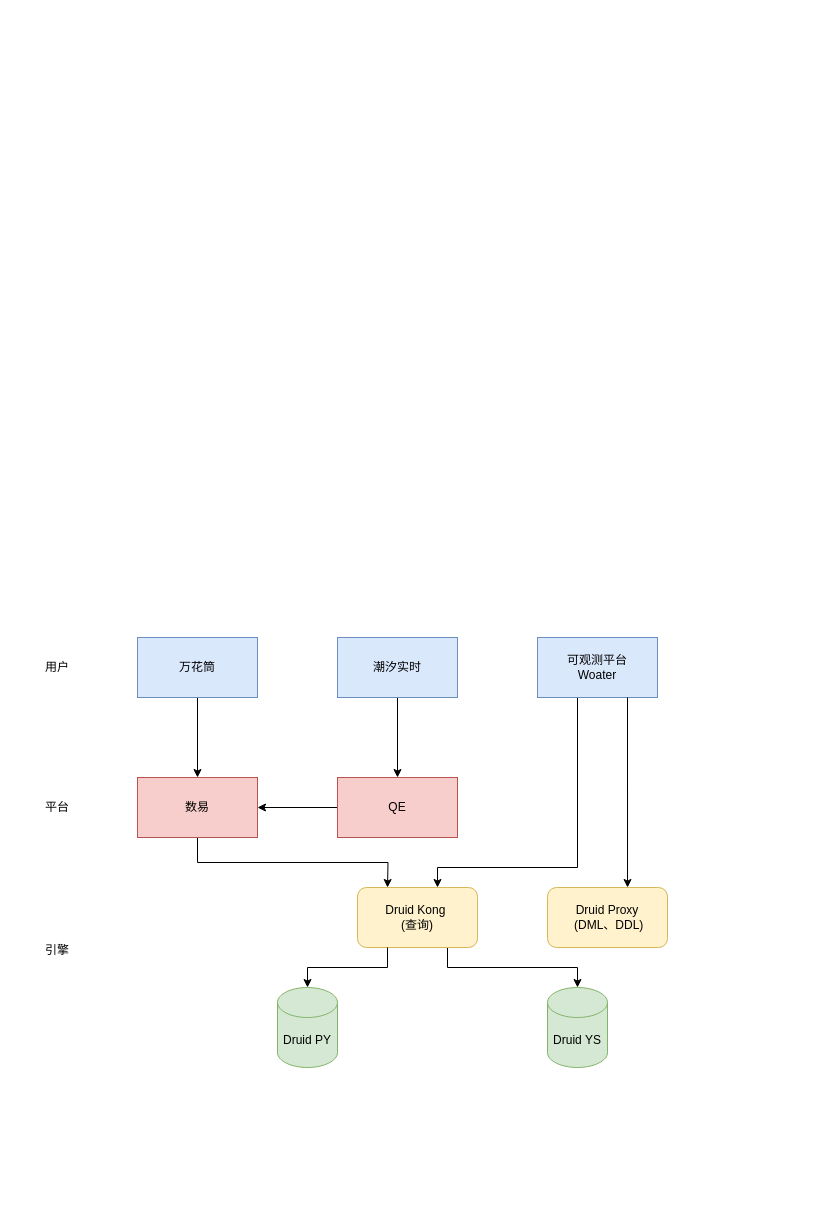
The draw.io diagram Druid 迁移 SR.drawio in labud/pictures, before the edit. Source tidied: cells renumbered, new cells numbered last; positions are measured from the earlier drawing's top-left corner, leaving out a move shared by most shapes. Both pictures are drawn from the tidied source at 100%, with x=0, y=0 at pixel (17, 637).
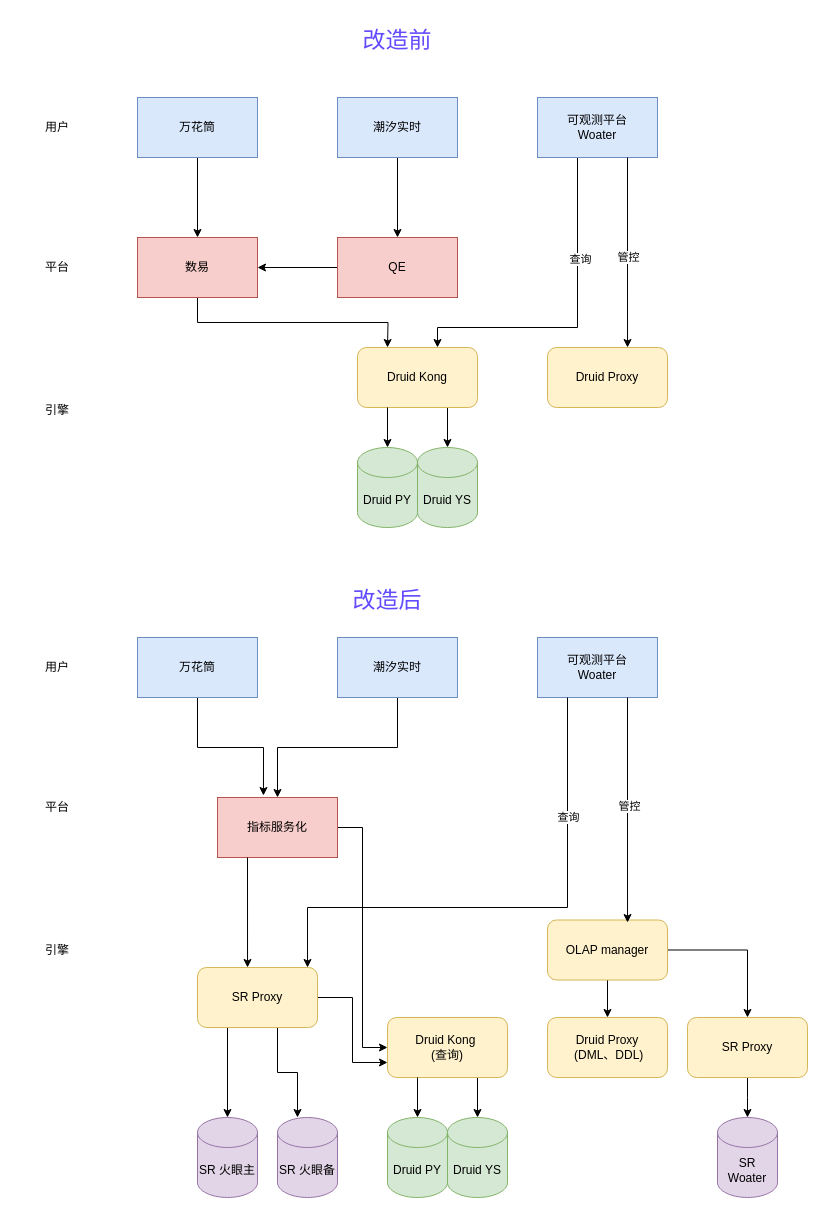
The same page after the edit.

The change refers to these unchanged cells:
```xml
<mxCell id="3" value="万花筒" style="whiteSpace=wrap;html=1;fillColor=#dae8fc;strokeColor=#6c8ebf;" parent="1" vertex="1">
  <mxGeometry x="120" width="120" height="60" as="geometry" />
</mxCell>
<mxCell id="7" value="可观测平台&lt;div&gt;Woater&lt;/div&gt;" style="whiteSpace=wrap;html=1;fillColor=#dae8fc;strokeColor=#6c8ebf;" parent="1" vertex="1">
  <mxGeometry x="520" width="120" height="60" as="geometry" />
</mxCell>
```

What changed in the source:
```diff
@@
-    <mxCell id="2" style="edgeStyle=orthogonalEdgeStyle;rounded=0;jettySize=auto;html=1;" parent="1" edge="1" source="3" target="10">
+    <mxCell id="2" style="edgeStyle=orthogonalEdgeStyle;rounded=0;jettySize=auto;html=1;entryX=0.383;entryY=-0.033;entryDx=0;entryDy=0;entryPerimeter=0;" parent="1" edge="1" source="3" target="12">
       <mxGeometry relative="1" as="geometry" />
     </mxCell>
@@
-    <mxCell id="6" style="edgeStyle=orthogonalEdgeStyle;rounded=0;orthogonalLoop=1;jettySize=auto;html=1;exitX=0.5;exitY=1;exitDx=0;exitDy=0;" parent="1" edge="1">
-      <mxGeometry relative="1" as="geometry">
-        <mxPoint x="560" y="60" as="sourcePoint" />
-        <mxPoint x="420" y="250" as="targetPoint" />
-        <Array as="points">
-          <mxPoint x="560" y="230" />
-          <mxPoint x="420" y="230" />
-        </Array>
-      </mxGeometry>
-    </mxCell>
@@
-    <mxCell id="9" style="edgeStyle=orthogonalEdgeStyle;rounded=0;jettySize=auto;html=1;exitX=0.5;exitY=1;exitDx=0;exitDy=0;" parent="1" edge="1" source="10">
-      <mxGeometry relative="1" as="geometry">
-        <mxPoint x="370" y="250" as="targetPoint" />
-      </mxGeometry>
-    </mxCell>
-    <mxCell id="10" value="数易" style="whiteSpace=wrap;html=1;fillColor=#f8cecc;strokeColor=#b85450;" parent="1" vertex="1">
-      <mxGeometry x="120" y="140" width="120" height="60" as="geometry" />
-    </mxCell>
-    <mxCell id="11" style="edgeStyle=orthogonalEdgeStyle;rounded=0;jettySize=auto;html=1;exitX=0;exitY=0.5;exitDx=0;exitDy=0;" parent="1" edge="1" source="12" target="10">
-      <mxGeometry relative="1" as="geometry" />
-    </mxCell>
+    <mxCell id="22" style="edgeStyle=orthogonalEdgeStyle;rounded=0;jettySize=auto;html=1;exitX=1;exitY=0.5;exitDx=0;exitDy=0;entryX=0;entryY=0.5;entryDx=0;entryDy=0;" parent="1" edge="1" source="12" target="18">
+      <mxGeometry relative="1" as="geometry" />
+    </mxCell>
-    <mxCell id="12" value="QE" style="whiteSpace=wrap;html=1;fillColor=#f8cecc;strokeColor=#b85450;" parent="1" vertex="1">
-      <mxGeometry x="320" y="140" width="120" height="60" as="geometry" />
+    <mxCell id="12" value="指标服务化" style="whiteSpace=wrap;html=1;fillColor=#f8cecc;strokeColor=#b85450;" parent="1" vertex="1">
+      <mxGeometry x="200" y="160" width="120" height="60" as="geometry" />
     </mxCell>
@@
     <mxCell id="15" value="Druid PY" style="shape=cylinder3;whiteSpace=wrap;html=1;boundedLbl=1;backgroundOutline=1;size=15;fillColor=#d5e8d4;strokeColor=#82b366;" parent="1" vertex="1">
-      <mxGeometry x="260" y="350" width="60" height="80" as="geometry" />
+      <mxGeometry x="370" y="480" width="60" height="80" as="geometry" />
     </mxCell>
     <mxCell id="16" value="Druid YS" style="shape=cylinder3;whiteSpace=wrap;html=1;boundedLbl=1;backgroundOutline=1;size=15;fillColor=#d5e8d4;strokeColor=#82b366;" parent="1" vertex="1">
-      <mxGeometry x="530" y="350" width="60" height="80" as="geometry" />
+      <mxGeometry x="430" y="480" width="60" height="80" as="geometry" />
     </mxCell>
@@
     <mxCell id="18" value="Druid Kong&amp;nbsp;&lt;div&gt;(查询)&lt;/div&gt;" style="rounded=1;whiteSpace=wrap;html=1;fillColor=#fff2cc;strokeColor=#d6b656;" parent="1" vertex="1">
-      <mxGeometry x="340" y="250" width="120" height="60" as="geometry" />
+      <mxGeometry x="370" y="380" width="120" height="60" as="geometry" />
     </mxCell>
     <mxCell id="19" value="Druid Proxy&lt;div&gt;&amp;nbsp;(DML、DDL)&lt;/div&gt;" style="rounded=1;whiteSpace=wrap;html=1;fillColor=#fff2cc;strokeColor=#d6b656;" parent="1" vertex="1">
-      <mxGeometry x="530" y="250" width="120" height="60" as="geometry" />
+      <mxGeometry x="530" y="380" width="120" height="60" as="geometry" />
     </mxCell>
-    <mxCell id="20" style="edgeStyle=orthogonalEdgeStyle;rounded=0;jettySize=auto;html=1;exitX=0.75;exitY=1;exitDx=0;exitDy=0;entryX=0.667;entryY=0;entryDx=0;entryDy=0;entryPerimeter=0;" parent="1" edge="1" source="7" target="19">
-      <mxGeometry relative="1" as="geometry" />
-    </mxCell>
@@
+    <mxCell id="23" style="edgeStyle=orthogonalEdgeStyle;rounded=0;jettySize=auto;html=1;" parent="1" edge="1" source="24" target="10">
+      <mxGeometry relative="1" as="geometry" />
+    </mxCell>
+    <mxCell id="24" value="万花筒" style="whiteSpace=wrap;html=1;fillColor=#dae8fc;strokeColor=#6c8ebf;" parent="1" vertex="1">
+      <mxGeometry x="120" y="-540" width="120" height="60" as="geometry" />
+    </mxCell>
+    <mxCell id="25" style="edgeStyle=orthogonalEdgeStyle;rounded=0;jettySize=auto;html=1;exitX=0.5;exitY=1;exitDx=0;exitDy=0;" parent="1" edge="1" source="26" target="33">
+      <mxGeometry relative="1" as="geometry" />
+    </mxCell>
+    <mxCell id="26" value="潮汐实时" style="whiteSpace=wrap;html=1;fillColor=#dae8fc;strokeColor=#6c8ebf;" parent="1" vertex="1">
+      <mxGeometry x="320" y="-540" width="120" height="60" as="geometry" />
+    </mxCell>
+    <mxCell id="27" style="edgeStyle=orthogonalEdgeStyle;rounded=0;orthogonalLoop=1;jettySize=auto;html=1;exitX=0.5;exitY=1;exitDx=0;exitDy=0;" parent="1" edge="1">
+      <mxGeometry relative="1" as="geometry">
+        <mxPoint x="560" y="-480" as="sourcePoint" />
+        <mxPoint x="420" y="-290" as="targetPoint" />
+        <Array as="points">
+          <mxPoint x="560" y="-310" />
+          <mxPoint x="420" y="-310" />
+        </Array>
+      </mxGeometry>
+    </mxCell>
+    <mxCell id="28" value="查询" style="edgeLabel;html=1;align=center;verticalAlign=middle;" parent="27" vertex="1">
+      <mxGeometry x="-0.39" y="2" relative="1" as="geometry" />
+    </mxCell>
+    <mxCell id="29" value="可观测平台&lt;div&gt;Woater&lt;/div&gt;" style="whiteSpace=wrap;html=1;fillColor=#dae8fc;strokeColor=#6c8ebf;" parent="1" vertex="1">
+      <mxGeometry x="520" y="-540" width="120" height="60" as="geometry" />
+    </mxCell>
+    <mxCell id="30" value="用户" style="text;strokeColor=none;align=center;fillColor=none;html=1;verticalAlign=middle;whiteSpace=wrap;rounded=0;" parent="1" vertex="1">
+      <mxGeometry y="-532.5" width="80" height="45" as="geometry" />
+    </mxCell>
+    <mxCell id="31" style="edgeStyle=orthogonalEdgeStyle;rounded=0;jettySize=auto;html=1;exitX=0.5;exitY=1;exitDx=0;exitDy=0;" parent="1" edge="1" source="10">
+      <mxGeometry relative="1" as="geometry">
+        <mxPoint x="370" y="-290" as="targetPoint" />
+      </mxGeometry>
+    </mxCell>
+    <mxCell id="10" value="数易" style="whiteSpace=wrap;html=1;fillColor=#f8cecc;strokeColor=#b85450;" parent="1" vertex="1">
+      <mxGeometry x="120" y="-400" width="120" height="60" as="geometry" />
+    </mxCell>
+    <mxCell id="32" style="edgeStyle=orthogonalEdgeStyle;rounded=0;jettySize=auto;html=1;exitX=0;exitY=0.5;exitDx=0;exitDy=0;" parent="1" edge="1" source="33" target="10">
+      <mxGeometry relative="1" as="geometry" />
+    </mxCell>
+    <mxCell id="33" value="QE" style="whiteSpace=wrap;html=1;fillColor=#f8cecc;strokeColor=#b85450;" parent="1" vertex="1">
+      <mxGeometry x="320" y="-400" width="120" height="60" as="geometry" />
+    </mxCell>
+    <mxCell id="34" value="平台" style="text;strokeColor=none;align=center;fillColor=none;html=1;verticalAlign=middle;whiteSpace=wrap;rounded=0;" parent="1" vertex="1">
+      <mxGeometry y="-392.5" width="80" height="45" as="geometry" />
+    </mxCell>
+    <mxCell id="35" value="引擎" style="text;strokeColor=none;align=center;fillColor=none;html=1;verticalAlign=middle;whiteSpace=wrap;rounded=0;" parent="1" vertex="1">
+      <mxGeometry y="-250" width="80" height="45" as="geometry" />
+    </mxCell>
+    <mxCell id="36" value="Druid PY" style="shape=cylinder3;whiteSpace=wrap;html=1;boundedLbl=1;backgroundOutline=1;size=15;fillColor=#d5e8d4;strokeColor=#82b366;" parent="1" vertex="1">
+      <mxGeometry x="340" y="-190" width="60" height="80" as="geometry" />
+    </mxCell>
+    <mxCell id="37" value="Druid YS" style="shape=cylinder3;whiteSpace=wrap;html=1;boundedLbl=1;backgroundOutline=1;size=15;fillColor=#d5e8d4;strokeColor=#82b366;" parent="1" vertex="1">
+      <mxGeometry x="400" y="-190" width="60" height="80" as="geometry" />
+    </mxCell>
+    <mxCell id="38" style="edgeStyle=orthogonalEdgeStyle;rounded=0;jettySize=auto;html=1;exitX=0.75;exitY=1;exitDx=0;exitDy=0;" parent="1" edge="1" source="39" target="37">
+      <mxGeometry relative="1" as="geometry" />
+    </mxCell>
+    <mxCell id="39" value="Druid Kong" style="rounded=1;whiteSpace=wrap;html=1;fillColor=#fff2cc;strokeColor=#d6b656;" parent="1" vertex="1">
+      <mxGeometry x="340" y="-290" width="120" height="60" as="geometry" />
+    </mxCell>
+    <mxCell id="40" value="Druid Proxy" style="rounded=1;whiteSpace=wrap;html=1;fillColor=#fff2cc;strokeColor=#d6b656;" parent="1" vertex="1">
+      <mxGeometry x="530" y="-290" width="120" height="60" as="geometry" />
+    </mxCell>
+    <mxCell id="41" style="edgeStyle=orthogonalEdgeStyle;rounded=0;jettySize=auto;html=1;exitX=0.75;exitY=1;exitDx=0;exitDy=0;entryX=0.667;entryY=0;entryDx=0;entryDy=0;entryPerimeter=0;" parent="1" edge="1" source="29" target="40">
+      <mxGeometry relative="1" as="geometry" />
+    </mxCell>
+    <mxCell id="42" value="管控" style="edgeLabel;html=1;align=center;verticalAlign=middle;" parent="41" vertex="1">
+      <mxGeometry x="0.05" relative="1" as="geometry" />
+    </mxCell>
+    <mxCell id="43" style="edgeStyle=orthogonalEdgeStyle;rounded=0;jettySize=auto;html=1;exitX=0.25;exitY=1;exitDx=0;exitDy=0;entryX=0.5;entryY=0;entryDx=0;entryDy=0;entryPerimeter=0;" parent="1" edge="1" source="39" target="36">
+      <mxGeometry relative="1" as="geometry" />
+    </mxCell>
+    <mxCell id="44" value="&lt;font color=&quot;#624aff&quot; style=&quot;font-size: 23px;&quot;&gt;改造前&lt;/font&gt;" style="text;strokeColor=none;align=center;fillColor=none;html=1;verticalAlign=middle;whiteSpace=wrap;rounded=0;" parent="1" vertex="1">
+      <mxGeometry x="340" y="-620" width="80" height="45" as="geometry" />
+    </mxCell>
+    <mxCell id="45" value="&lt;font color=&quot;#624aff&quot; style=&quot;font-size: 23px;&quot;&gt;改造后&lt;/font&gt;" style="text;strokeColor=none;align=center;fillColor=none;html=1;verticalAlign=middle;whiteSpace=wrap;rounded=0;" parent="1" vertex="1">
+      <mxGeometry x="330" y="-60" width="80" height="45" as="geometry" />
+    </mxCell>
+    <mxCell id="46" value="SR&amp;nbsp;火眼主" style="shape=cylinder3;whiteSpace=wrap;html=1;boundedLbl=1;backgroundOutline=1;size=15;fillColor=#e1d5e7;strokeColor=#9673a6;" parent="1" vertex="1">
+      <mxGeometry x="180" y="480" width="60" height="80" as="geometry" />
+    </mxCell>
+    <mxCell id="47" value="SR&amp;nbsp;火眼备" style="shape=cylinder3;whiteSpace=wrap;html=1;boundedLbl=1;backgroundOutline=1;size=15;fillColor=#e1d5e7;strokeColor=#9673a6;" parent="1" vertex="1">
+      <mxGeometry x="260" y="480" width="60" height="80" as="geometry" />
+    </mxCell>
+    <mxCell id="48" style="edgeStyle=orthogonalEdgeStyle;rounded=0;jettySize=auto;html=1;" parent="1" edge="1" source="51" target="47">
+      <mxGeometry relative="1" as="geometry">
+        <Array as="points">
+          <mxPoint x="260" y="435" />
+          <mxPoint x="280" y="435" />
+        </Array>
+      </mxGeometry>
+    </mxCell>
+    <mxCell id="49" style="edgeStyle=orthogonalEdgeStyle;rounded=0;jettySize=auto;html=1;exitX=0.25;exitY=1;exitDx=0;exitDy=0;" parent="1" edge="1" source="51" target="46">
+      <mxGeometry relative="1" as="geometry" />
+    </mxCell>
+    <mxCell id="50" style="edgeStyle=orthogonalEdgeStyle;rounded=0;jettySize=auto;html=1;exitX=1;exitY=0.5;exitDx=0;exitDy=0;entryX=0;entryY=0.75;entryDx=0;entryDy=0;" parent="1" edge="1" source="51" target="18">
+      <mxGeometry relative="1" as="geometry" />
+    </mxCell>
+    <mxCell id="51" value="SR Proxy" style="rounded=1;whiteSpace=wrap;html=1;fillColor=#fff2cc;strokeColor=#d6b656;" parent="1" vertex="1">
+      <mxGeometry x="180" y="330" width="120" height="60" as="geometry" />
+    </mxCell>
+    <mxCell id="52" style="edgeStyle=orthogonalEdgeStyle;rounded=0;jettySize=auto;html=1;exitX=0.5;exitY=1;exitDx=0;exitDy=0;" parent="1" edge="1" source="54" target="19">
+      <mxGeometry relative="1" as="geometry" />
+    </mxCell>
+    <mxCell id="53" style="edgeStyle=orthogonalEdgeStyle;rounded=0;jettySize=auto;html=1;exitX=1;exitY=0.5;exitDx=0;exitDy=0;entryX=0.5;entryY=0;entryDx=0;entryDy=0;" parent="1" edge="1" source="54" target="61">
+      <mxGeometry relative="1" as="geometry" />
+    </mxCell>
+    <mxCell id="54" value="OLAP manager" style="rounded=1;whiteSpace=wrap;html=1;fillColor=#fff2cc;strokeColor=#d6b656;" parent="1" vertex="1">
+      <mxGeometry x="530" y="282.5" width="120" height="60" as="geometry" />
+    </mxCell>
+    <mxCell id="55" style="edgeStyle=orthogonalEdgeStyle;rounded=0;jettySize=auto;html=1;exitX=0.75;exitY=1;exitDx=0;exitDy=0;entryX=0.667;entryY=0.042;entryDx=0;entryDy=0;entryPerimeter=0;" parent="1" edge="1" source="7" target="54">
+      <mxGeometry relative="1" as="geometry" />
+    </mxCell>
+    <mxCell id="56" value="管控" style="edgeLabel;html=1;align=center;verticalAlign=middle;" parent="55" vertex="1">
+      <mxGeometry x="-0.03" y="1" relative="1" as="geometry" />
+    </mxCell>
+    <mxCell id="57" style="edgeStyle=orthogonalEdgeStyle;rounded=0;jettySize=auto;html=1;exitX=0.25;exitY=1;exitDx=0;exitDy=0;entryX=0.917;entryY=0;entryDx=0;entryDy=0;entryPerimeter=0;" parent="1" edge="1" source="7" target="51">
+      <mxGeometry relative="1" as="geometry">
+        <Array as="points">
+          <mxPoint x="550" y="270" />
+          <mxPoint x="290" y="270" />
+        </Array>
+      </mxGeometry>
+    </mxCell>
+    <mxCell id="58" value="查询" style="edgeLabel;html=1;align=center;verticalAlign=middle;" parent="57" vertex="1">
+      <mxGeometry x="-0.55" relative="1" as="geometry" />
+    </mxCell>
+    <mxCell id="59" style="edgeStyle=orthogonalEdgeStyle;rounded=0;jettySize=auto;html=1;exitX=0.25;exitY=1;exitDx=0;exitDy=0;entryX=0.417;entryY=0;entryDx=0;entryDy=0;entryPerimeter=0;" parent="1" edge="1" source="12" target="51">
+      <mxGeometry relative="1" as="geometry" />
+    </mxCell>
+    <mxCell id="60" style="edgeStyle=orthogonalEdgeStyle;rounded=0;jettySize=auto;html=1;exitX=0.5;exitY=1;exitDx=0;exitDy=0;" parent="1" edge="1" source="61">
+      <mxGeometry relative="1" as="geometry">
+        <mxPoint x="730" y="480" as="targetPoint" />
+      </mxGeometry>
+    </mxCell>
+    <mxCell id="61" value="SR Proxy" style="rounded=1;whiteSpace=wrap;html=1;fillColor=#fff2cc;strokeColor=#d6b656;" parent="1" vertex="1">
+      <mxGeometry x="670" y="380" width="120" height="60" as="geometry" />
+    </mxCell>
+    <mxCell id="62" value="SR Woater" style="shape=cylinder3;whiteSpace=wrap;html=1;boundedLbl=1;backgroundOutline=1;size=15;fillColor=#e1d5e7;strokeColor=#9673a6;" parent="1" vertex="1">
+      <mxGeometry x="700" y="480" width="60" height="80" as="geometry" />
+    </mxCell>
```
